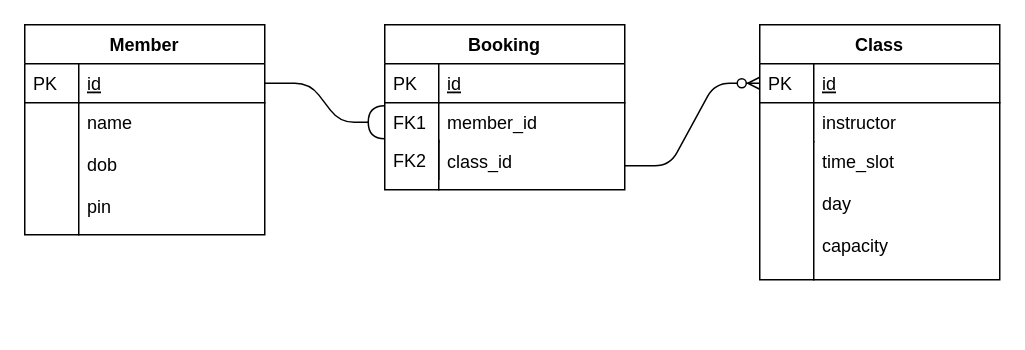
Earlier version of the draw.io diagram design/diagrams/Entity Relationship Diagram.drawio (ed-commits/CodeClan-Gym). Source tidied: cells renumbered, new cells numbered last; positions are measured from the earlier drawing's top-left corner, leaving out a move shared by most shapes. Both pictures are drawn from the tidied source at 150%, with x=0, y=0 at pixel (24, 24).
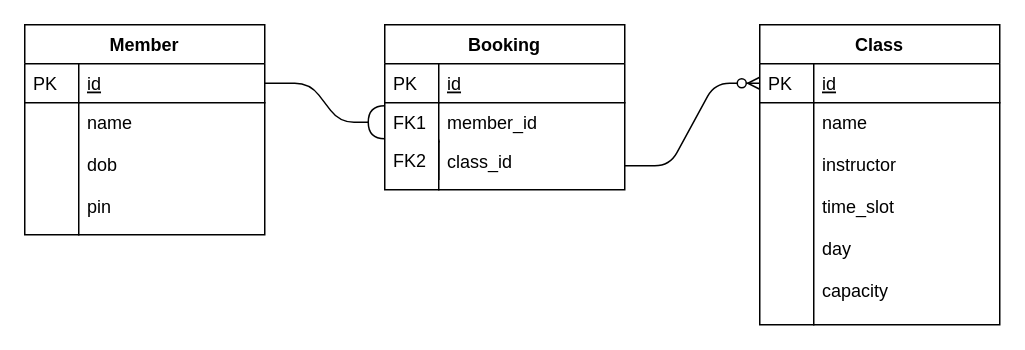
After the change.

Commit message (it also covers changes not shown here):
design: update the entity relationship diagram to include class name

Diff of the diagram source:
```diff
@@
     <mxCell id="17" value="Class" style="swimlane;fontStyle=1;horizontal=1;startSize=26;rounded=0;shadow=0;strokeWidth=1;" parent="1" vertex="1">
-      <mxGeometry x="490" width="160" height="170" as="geometry" />
+      <mxGeometry x="490" width="160" height="200" as="geometry" />
     </mxCell>
@@
-    <mxCell id="20" value="instructor" style="shape=partialRectangle;top=0;left=0;right=0;bottom=0;align=left;verticalAlign=top;fillColor=none;spacingLeft=40;spacingRight=4;overflow=hidden;rounded=0;shadow=0;strokeWidth=1;" parent="17" vertex="1">
-      <mxGeometry y="52" width="160" height="26" as="geometry" />
+    <mxCell id="20" value="name&#10;&#10;instructor&#10;&#10;time_slot&#10;&#10;day&#10;&#10;capacity&#10;" style="shape=partialRectangle;top=0;left=0;right=0;bottom=0;align=left;verticalAlign=top;fillColor=none;spacingLeft=40;spacingRight=4;overflow=hidden;rounded=0;shadow=0;strokeWidth=1;" parent="17" vertex="1">
+      <mxGeometry y="52" width="160" height="148" as="geometry" />
     </mxCell>
     <mxCell id="21" style="shape=partialRectangle;top=0;left=0;bottom=0;fillColor=none;align=left;verticalAlign=top;spacingLeft=4;spacingRight=4;overflow=hidden;" parent="20" vertex="1">
-      <mxGeometry width="36" height="26" as="geometry" />
+      <mxGeometry width="36" height="148" as="geometry" />
     </mxCell>
-    <mxCell id="22" value="time_slot&#10;&#10;day&#10;&#10;capacity&#10;" style="shape=partialRectangle;top=0;left=0;right=0;bottom=0;align=left;verticalAlign=top;fillColor=none;spacingLeft=40;spacingRight=4;overflow=hidden;rounded=0;shadow=0;strokeWidth=1;" parent="17" vertex="1">
-      <mxGeometry y="78" width="160" height="92" as="geometry" />
-    </mxCell>
-    <mxCell id="23" style="shape=partialRectangle;top=0;left=0;bottom=0;fillColor=none;align=left;verticalAlign=top;spacingLeft=4;spacingRight=4;overflow=hidden;" parent="22" vertex="1">
-      <mxGeometry width="36" height="92" as="geometry" />
-    </mxCell>
```
